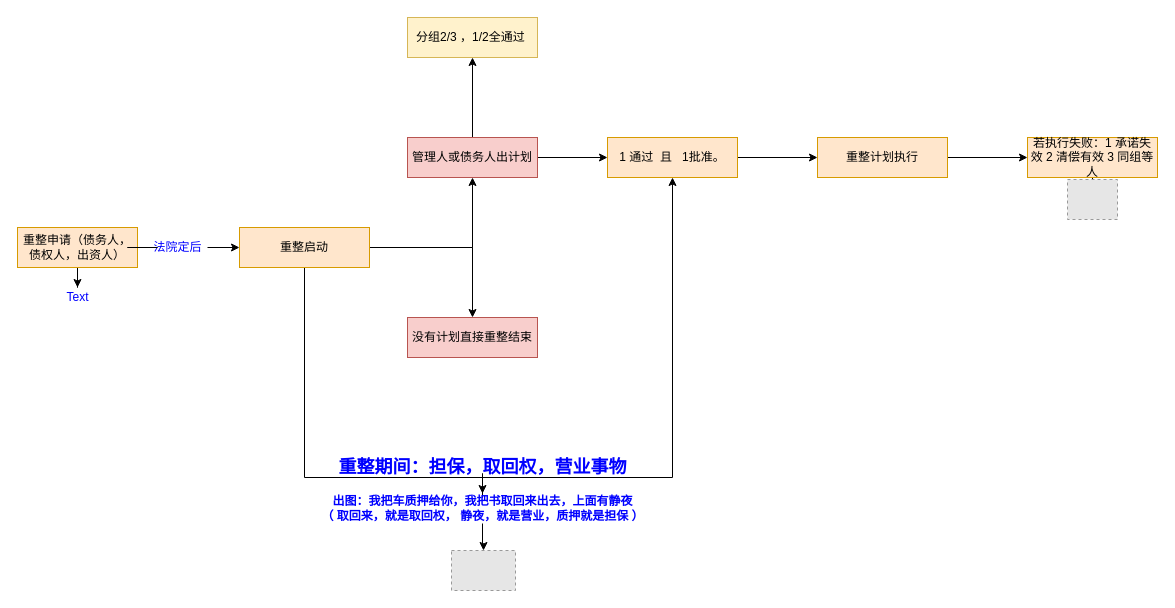
The draw.io diagram 流程图文件/商经知/专题5企业破产法.drawio in woshiduanli/Study, before the edit. Source tidied: cells renumbered, new cells numbered last; positions are measured from the earlier drawing's top-left corner, leaving out a move shared by most shapes. Both pictures are drawn from the tidied source at 100%, with x=0, y=0 at pixel (17, 17). Pictures stored in the file or linked from it are replaced by grey dashed boxes.
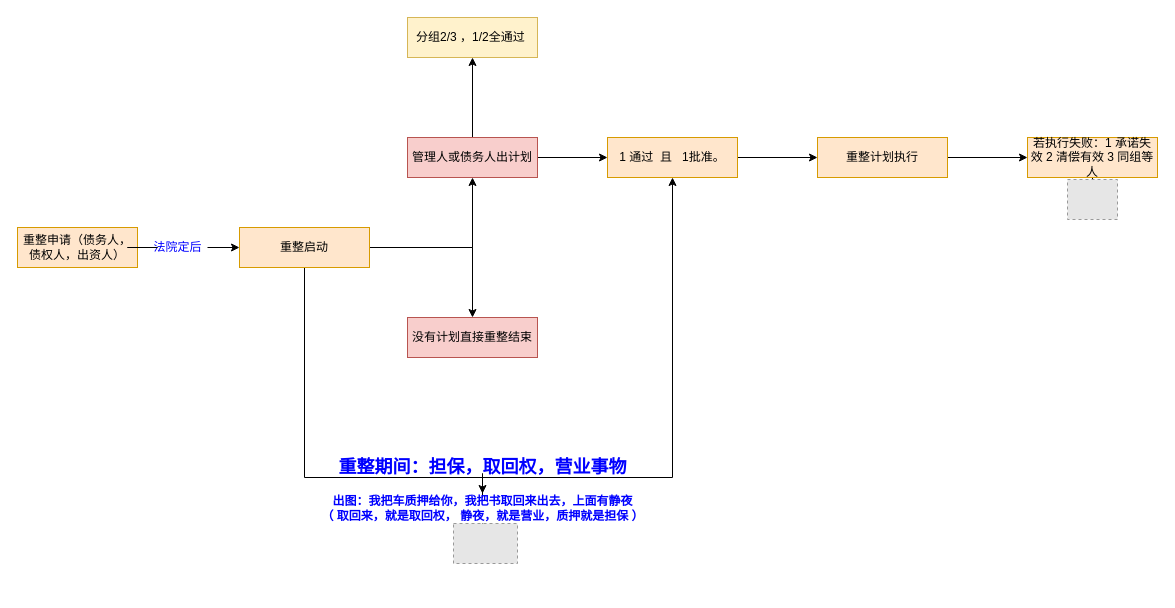
Above is the later version.

Commit message:
更新专题5企业破产法.drawio

The change refers to these unchanged cells:
```xml
<mxCell id="4" value="重整申请（债务人，债权人，出资人）" style="rounded=0;whiteSpace=wrap;html=1;fillColor=#ffe6cc;strokeColor=#d79b00;" parent="1" vertex="1">
  <mxGeometry y="210" width="120" height="40" as="geometry" />
</mxCell>
<mxCell id="25" value="出图：我把车质押给你，我把书取回来出去，上面有静夜&lt;br&gt;（ 取回来，就是取回权， 静夜，就是营业，质押就是担保 ）" style="text;html=1;align=center;verticalAlign=middle;points=[];strokeColor=none;fillColor=none;fontStyle=1;fontColor=#0000FF;fontSize=12;" parent="1" vertex="1">
  <mxGeometry x="295" y="476" width="340" height="30" as="geometry" />
</mxCell>
```

The edit, as a diff of the source:
```diff
@@
-    <mxCell id="3" style="edgeStyle=orthogonalEdgeStyle;rounded=0;jettySize=auto;html=1;fontSize=12;fontColor=#0000FF;" parent="1" edge="1" source="4" target="26">
-      <mxGeometry relative="1" as="geometry" />
-    </mxCell>
@@
+    <mxCell id="29" style="edgeStyle=orthogonalEdgeStyle;rounded=0;jettySize=auto;html=1;fontSize=12;fontColor=#0000FF;" parent="1" edge="1" source="25" target="28">
+      <mxGeometry relative="1" as="geometry" />
+    </mxCell>
@@
-    <mxCell id="26" value="Text" style="text;html=1;align=center;verticalAlign=middle;points=[];strokeColor=none;fillColor=none;fontSize=12;fontColor=#0000FF;" parent="1" vertex="1">
-      <mxGeometry x="40" y="270" width="40" height="20" as="geometry" />
-    </mxCell>
@@
     <mxCell id="28" style="fillColor=#E6E6E6;strokeColor=#999999;dashed=1;verticalLabelPosition=bottom;verticalAlign=top;fontSize=12;fontColor=#0000FF;" parent="1" vertex="1">
-      <mxGeometry x="434" y="533" width="64" height="40" as="geometry" />
+      <mxGeometry x="436" y="506" width="64" height="40" as="geometry" />
     </mxCell>
```
